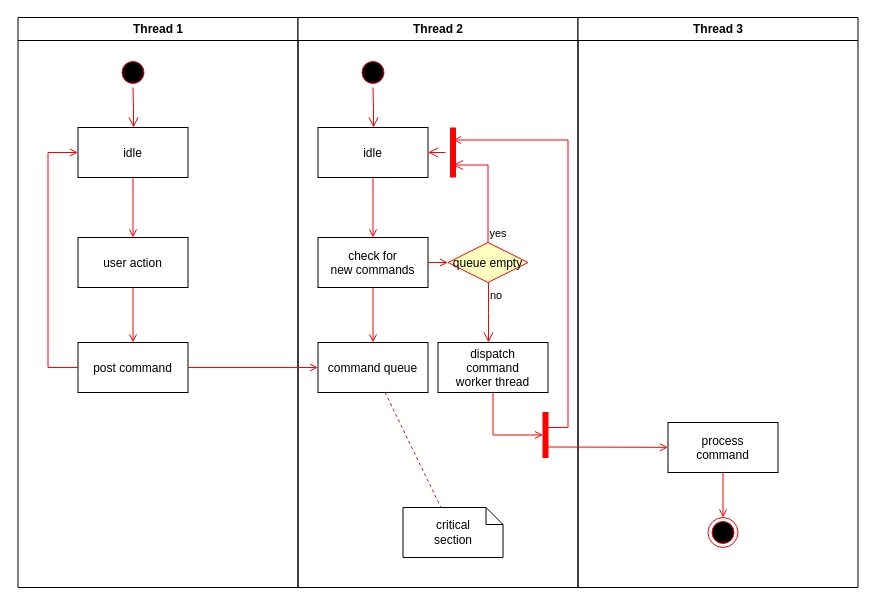
Earlier version of the draw.io diagram 异步任务交互.drawio (xingzhihe/hello-world). Source tidied: cells renumbered, new cells numbered last; positions are measured from the earlier drawing's top-left corner, leaving out a move shared by most shapes. Both pictures are drawn from the tidied source at 100%, with x=0, y=0 at pixel (17, 17).
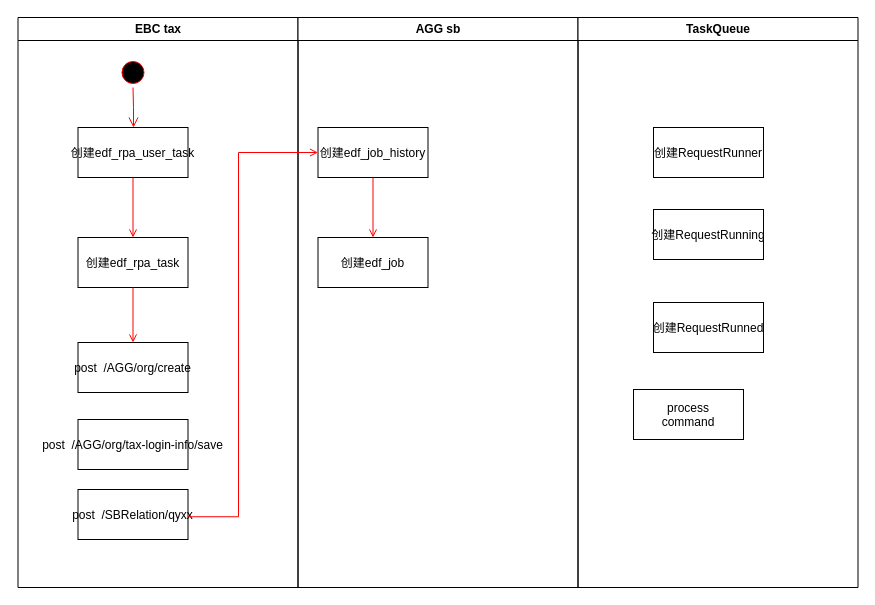
The same diagram, later.

Commit message (it also covers changes not shown here):
更新异步任务交互.drawio

Diff of the diagram source:
```diff
@@
-    <mxCell id="2" value="Thread 1" style="swimlane;whiteSpace=wrap;" parent="1" vertex="1">
+    <mxCell id="2" value="EBC tax" style="swimlane;whiteSpace=wrap;" parent="1" vertex="1">
       <mxGeometry x="0.5" width="280" height="570" as="geometry" />
     </mxCell>
@@
-    <mxCell id="5" value="idle" parent="2" vertex="1">
+    <mxCell id="5" value="创建edf_rpa_user_task" parent="2" vertex="1">
       <mxGeometry x="60" y="110" width="110" height="50" as="geometry" />
     </mxCell>
-    <mxCell id="6" value="user action" parent="2" vertex="1">
+    <mxCell id="6" value="创建edf_rpa_task" parent="2" vertex="1">
       <mxGeometry x="60" y="220" width="110" height="50" as="geometry" />
     </mxCell>
@@
-    <mxCell id="8" value="post command" parent="2" vertex="1">
+    <mxCell id="8" value="post  /AGG/org/create" parent="2" vertex="1">
       <mxGeometry x="60" y="325" width="110" height="50" as="geometry" />
     </mxCell>
@@
-    <mxCell id="10" style="edgeStyle=elbowEdgeStyle;elbow=horizontal;strokeColor=#FF0000;endArrow=open;endFill=1;rounded=0;" parent="2" edge="1" source="8" target="5">
-      <mxGeometry relative="1" as="geometry">
-        <Array as="points">
-          <mxPoint x="30" y="250" />
-        </Array>
-      </mxGeometry>
-    </mxCell>
+    <mxCell id="37" value="post  /AGG/org/tax-login-info/save" parent="2" vertex="1">
+      <mxGeometry x="60" y="402" width="110" height="50" as="geometry" />
+    </mxCell>
+    <mxCell id="38" value="post  /SBRelation/qyxx" parent="2" vertex="1">
+      <mxGeometry x="60" y="472" width="110" height="50" as="geometry" />
+    </mxCell>
-    <mxCell id="11" value="Thread 2" style="swimlane;whiteSpace=wrap;" parent="1" vertex="1">
+    <mxCell id="11" value="AGG sb" style="swimlane;whiteSpace=wrap;" parent="1" vertex="1">
       <mxGeometry x="280.5" width="280" height="570" as="geometry" />
     </mxCell>
-    <mxCell id="12" style="ellipse;shape=startState;fillColor=#000000;strokeColor=#ff0000;" parent="11" vertex="1">
-      <mxGeometry x="60" y="40" width="30" height="30" as="geometry" />
-    </mxCell>
-    <mxCell id="13" style="edgeStyle=elbowEdgeStyle;elbow=horizontal;verticalAlign=bottom;endArrow=open;endSize=8;strokeColor=#FF0000;endFill=1;rounded=0;" parent="11" edge="1" source="12" target="14">
-      <mxGeometry x="40" y="20" as="geometry" />
-    </mxCell>
-    <mxCell id="14" value="idle" parent="11" vertex="1">
+    <mxCell id="14" value="创建edf_job_history" parent="11" vertex="1">
       <mxGeometry x="20" y="110" width="110" height="50" as="geometry" />
     </mxCell>
-    <mxCell id="15" value="check for &#10;new commands" parent="11" vertex="1">
+    <mxCell id="15" value="创建edf_job" parent="11" vertex="1">
       <mxGeometry x="20" y="220" width="110" height="50" as="geometry" />
     </mxCell>
@@
-    <mxCell id="17" value="command queue" parent="11" vertex="1">
-      <mxGeometry x="20" y="325" width="110" height="50" as="geometry" />
-    </mxCell>
-    <mxCell id="18" style="endArrow=open;strokeColor=#FF0000;endFill=1;rounded=0;" parent="11" edge="1" source="15" target="17">
-      <mxGeometry relative="1" as="geometry" />
-    </mxCell>
-    <mxCell id="19" value="queue empty" style="rhombus;fillColor=#ffffc0;strokeColor=#ff0000;" parent="11" vertex="1">
-      <mxGeometry x="150" y="225" width="80" height="40" as="geometry" />
-    </mxCell>
-    <mxCell id="20" value="yes" style="edgeStyle=elbowEdgeStyle;elbow=horizontal;align=left;verticalAlign=bottom;endArrow=open;endSize=8;strokeColor=#FF0000;exitX=0.5;exitY=0;endFill=1;rounded=0;entryX=0.75;entryY=0.5;entryPerimeter=0;" parent="11" edge="1" source="19" target="23">
-      <mxGeometry x="-1" relative="1" as="geometry">
-        <Array as="points">
-          <mxPoint x="190" y="180" />
-        </Array>
-      </mxGeometry>
-    </mxCell>
-    <mxCell id="21" value="no" style="edgeStyle=elbowEdgeStyle;elbow=horizontal;align=left;verticalAlign=top;endArrow=open;endSize=8;strokeColor=#FF0000;endFill=1;rounded=0;" parent="11" edge="1" source="19" target="25">
-      <mxGeometry x="-1" relative="1" as="geometry" />
-    </mxCell>
-    <mxCell id="22" style="endArrow=open;strokeColor=#FF0000;endFill=1;rounded=0;" parent="11" edge="1" source="15" target="19">
-      <mxGeometry relative="1" as="geometry" />
-    </mxCell>
-    <mxCell id="23" style="shape=line;strokeWidth=6;strokeColor=#ff0000;rotation=90;" parent="11" vertex="1">
-      <mxGeometry x="130" y="127.5" width="50" height="15" as="geometry" />
-    </mxCell>
-    <mxCell id="24" style="edgeStyle=elbowEdgeStyle;elbow=horizontal;verticalAlign=bottom;endArrow=open;endSize=8;strokeColor=#FF0000;endFill=1;rounded=0;" parent="11" edge="1" source="23" target="14">
-      <mxGeometry x="130" y="90" as="geometry" />
-    </mxCell>
-    <mxCell id="25" value="dispatch&#10;command&#10;worker thread" parent="11" vertex="1">
-      <mxGeometry x="140" y="325" width="110" height="50" as="geometry" />
-    </mxCell>
-    <mxCell id="26" value="critical&#10;section" style="shape=note;whiteSpace=wrap;size=17;" parent="11" vertex="1">
-      <mxGeometry x="105" y="490" width="100" height="50" as="geometry" />
-    </mxCell>
-    <mxCell id="27" style="endArrow=none;strokeColor=#FF0000;endFill=0;rounded=0;dashed=1;" parent="11" edge="1" source="17" target="26">
-      <mxGeometry relative="1" as="geometry" />
-    </mxCell>
-    <mxCell id="28" style="whiteSpace=wrap;strokeColor=#FF0000;fillColor=#FF0000;" parent="11" vertex="1">
-      <mxGeometry x="245" y="395" width="5" height="45" as="geometry" />
-    </mxCell>
-    <mxCell id="29" style="edgeStyle=elbowEdgeStyle;elbow=horizontal;entryX=0;entryY=0.5;strokeColor=#FF0000;endArrow=open;endFill=1;rounded=0;" parent="11" edge="1" source="25" target="28">
-      <mxGeometry relative="1" as="geometry">
-        <Array as="points">
-          <mxPoint x="195" y="400" />
-        </Array>
-      </mxGeometry>
-    </mxCell>
-    <mxCell id="30" value="Thread 3" style="swimlane;whiteSpace=wrap;" parent="1" vertex="1">
+    <mxCell id="30" value="TaskQueue" style="swimlane;whiteSpace=wrap;" parent="1" vertex="1">
       <mxGeometry x="560.5" width="280" height="570" as="geometry" />
     </mxCell>
     <mxCell id="31" value="process&#10;command" parent="30" vertex="1">
-      <mxGeometry x="90" y="405" width="110" height="50" as="geometry" />
+      <mxGeometry x="55.5" y="372" width="110" height="50" as="geometry" />
     </mxCell>
-    <mxCell id="32" style="edgeStyle=elbowEdgeStyle;elbow=horizontal;strokeColor=#FF0000;endArrow=open;endFill=1;rounded=0;entryX=0.25;entryY=0.5;entryPerimeter=0;" parent="30" edge="1" target="23">
-      <mxGeometry relative="1" as="geometry">
-        <mxPoint x="-30" y="410" as="sourcePoint" />
-        <Array as="points">
-          <mxPoint x="-10" y="135" />
-        </Array>
-      </mxGeometry>
-    </mxCell>
-    <mxCell id="33" style="edgeStyle=none;strokeColor=#FF0000;endArrow=open;endFill=1;rounded=0;" parent="30" edge="1" target="31">
-      <mxGeometry relative="1" as="geometry">
-        <mxPoint x="-30" y="429.5" as="sourcePoint" />
-      </mxGeometry>
-    </mxCell>
-    <mxCell id="34" style="ellipse;shape=endState;fillColor=#000000;strokeColor=#ff0000;" parent="30" vertex="1">
-      <mxGeometry x="130" y="500" width="30" height="30" as="geometry" />
-    </mxCell>
-    <mxCell id="35" style="endArrow=open;strokeColor=#FF0000;endFill=1;rounded=0;" parent="30" edge="1" source="31" target="34">
-      <mxGeometry relative="1" as="geometry" />
-    </mxCell>
-    <mxCell id="36" style="endArrow=open;strokeColor=#FF0000;endFill=1;rounded=0;" parent="1" edge="1" source="8" target="17">
-      <mxGeometry relative="1" as="geometry" />
-    </mxCell>
+    <mxCell id="39" value="创建RequestRunner" parent="30" vertex="1">
+      <mxGeometry x="75.5" y="110" width="110" height="50" as="geometry" />
+    </mxCell>
+    <mxCell id="40" value="创建RequestRunning" parent="30" vertex="1">
+      <mxGeometry x="75.5" y="192" width="110" height="50" as="geometry" />
+    </mxCell>
+    <mxCell id="41" value="创建RequestRunned" parent="30" vertex="1">
+      <mxGeometry x="75.5" y="285" width="110" height="50" as="geometry" />
+    </mxCell>
+    <mxCell id="42" style="edgeStyle=elbowEdgeStyle;elbow=horizontal;entryX=0;entryY=0.5;strokeColor=#FF0000;endArrow=open;endFill=1;rounded=0;entryDx=0;entryDy=0;exitX=1.002;exitY=0.545;exitDx=0;exitDy=0;exitPerimeter=0;" parent="1" edge="1" source="38" target="14">
+      <mxGeometry relative="1" as="geometry">
+        <Array as="points">
+          <mxPoint x="221" y="442" />
+        </Array>
+      </mxGeometry>
+    </mxCell>
```
